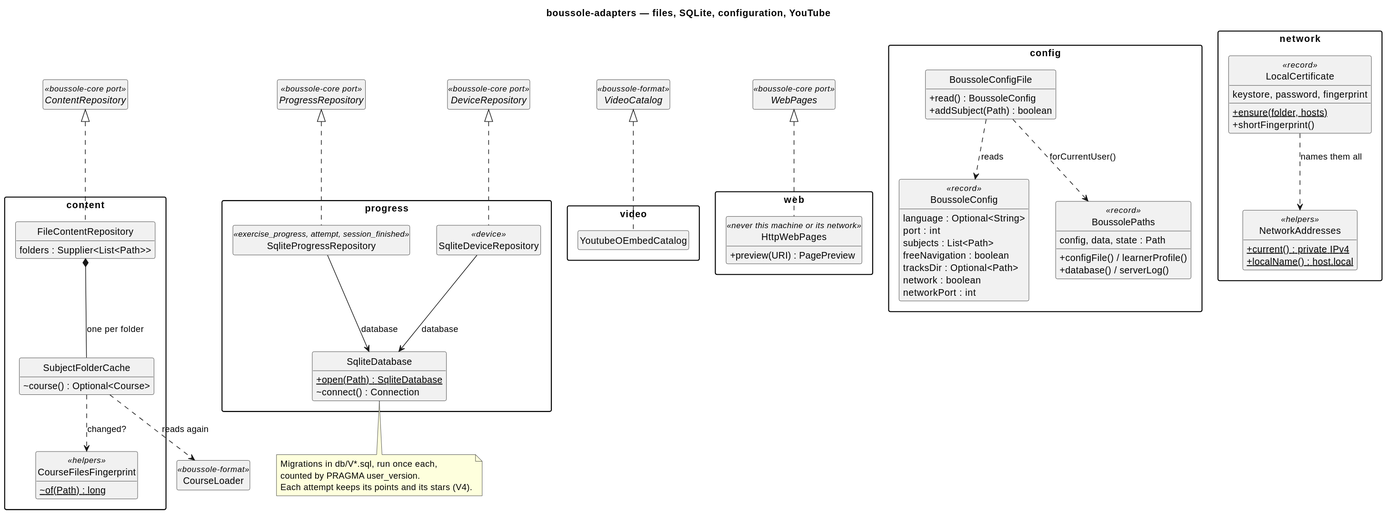
Before: docs/diagrams/60-adapters.svg, a diagram exported from PlantUML (lucasssoh/Boussole).
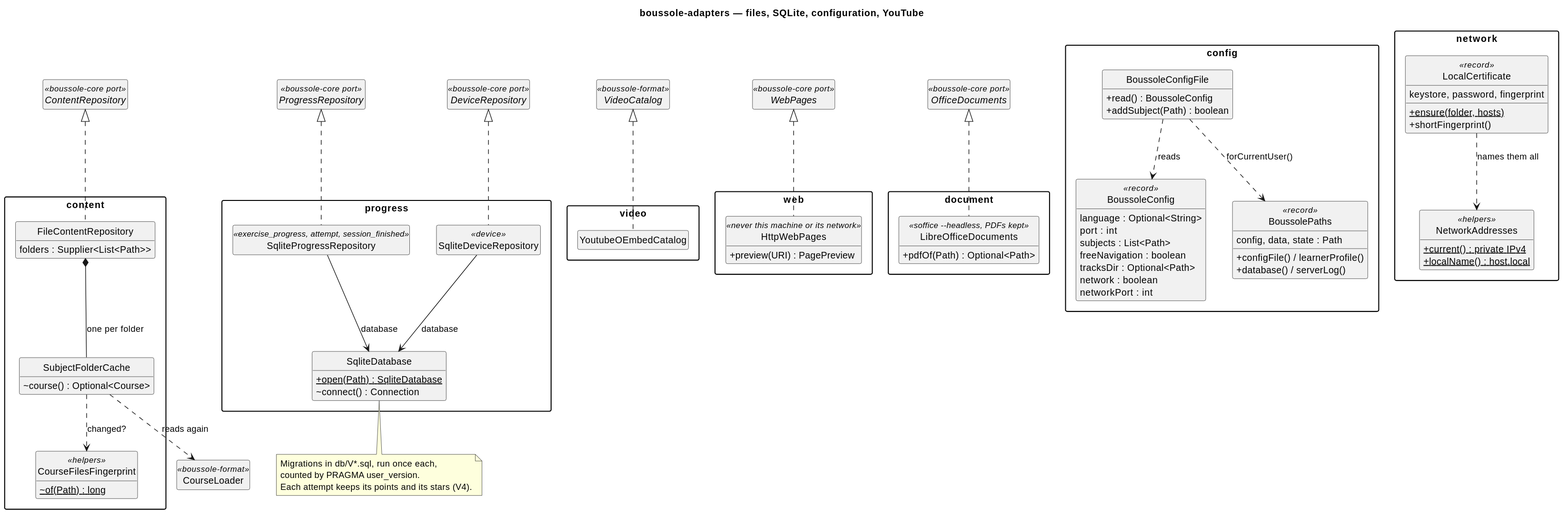
The same file after the commit.

What changed in the source:
```diff
@@ -65,6 +65,12 @@
   class YoutubeOEmbedCatalog
 }
 
+package "document" {
+  class LibreOfficeDocuments <<soffice --headless, PDFs kept>> {
+    +pdfOf(Path) : Optional<Path>
+  }
+}
+
 package "web" {
   class HttpWebPages <<never this machine or its network>> {
     +preview(URI) : PagePreview
@@ -76,10 +82,12 @@
 interface DeviceRepository <<boussole-core port>>
 interface VideoCatalog <<boussole-format>>
 interface WebPages <<boussole-core port>>
+interface OfficeDocuments <<boussole-core port>>
 class CourseLoader <<boussole-format>>
 
 ContentRepository <|.. FileContentRepository
 WebPages <|.. HttpWebPages
+OfficeDocuments <|.. LibreOfficeDocuments
 FileContentRepository *-- SubjectFolderCache : one per folder
 SubjectFolderCache ..> CourseFilesFingerprint : changed?
 SubjectFolderCache ..> CourseLoader : reads again
```
